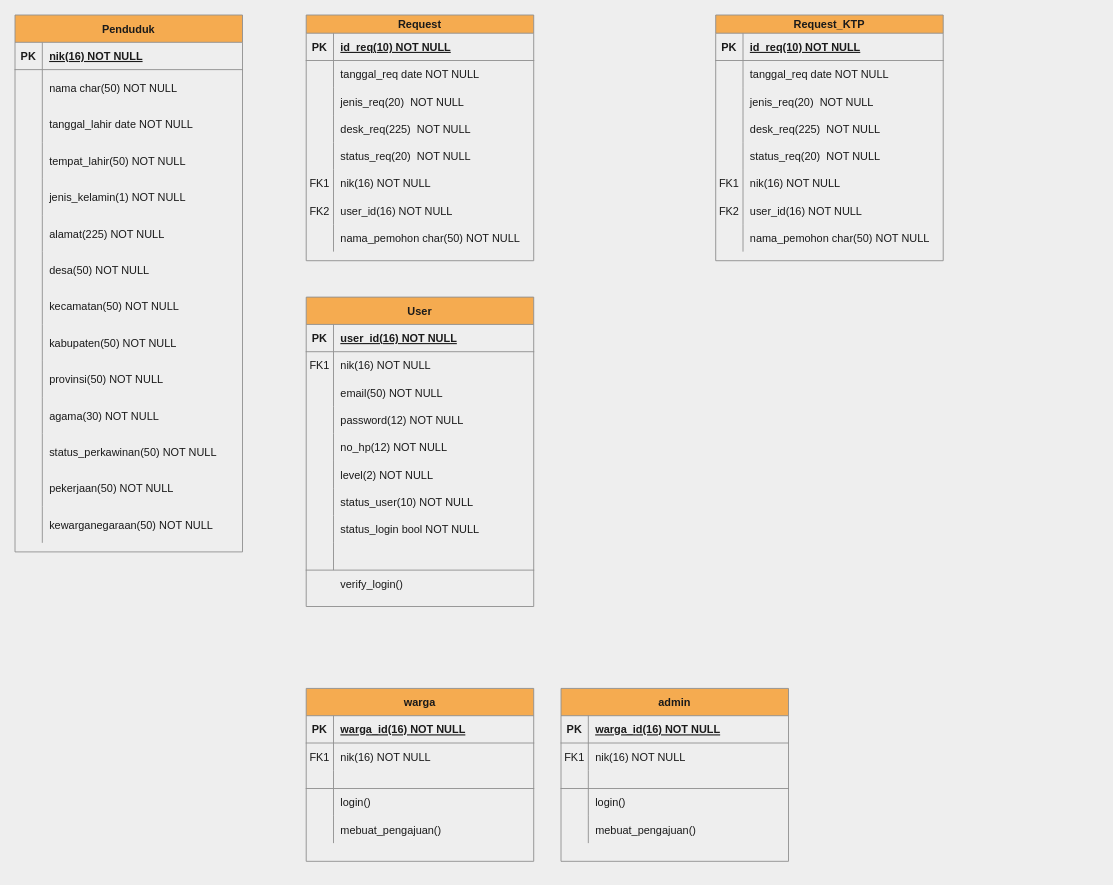
AkbarMarunduri/Saga-Diagram keeps this draw.io diagram as Untitled Diagram.drawio. Above is the earlier version. Source tidied: cells renumbered, new cells numbered last; positions are measured from the earlier drawing's top-left corner, leaving out a move shared by most shapes. Both pictures are drawn from the tidied source at 91%, with x=0, y=0 at pixel (15, 15).
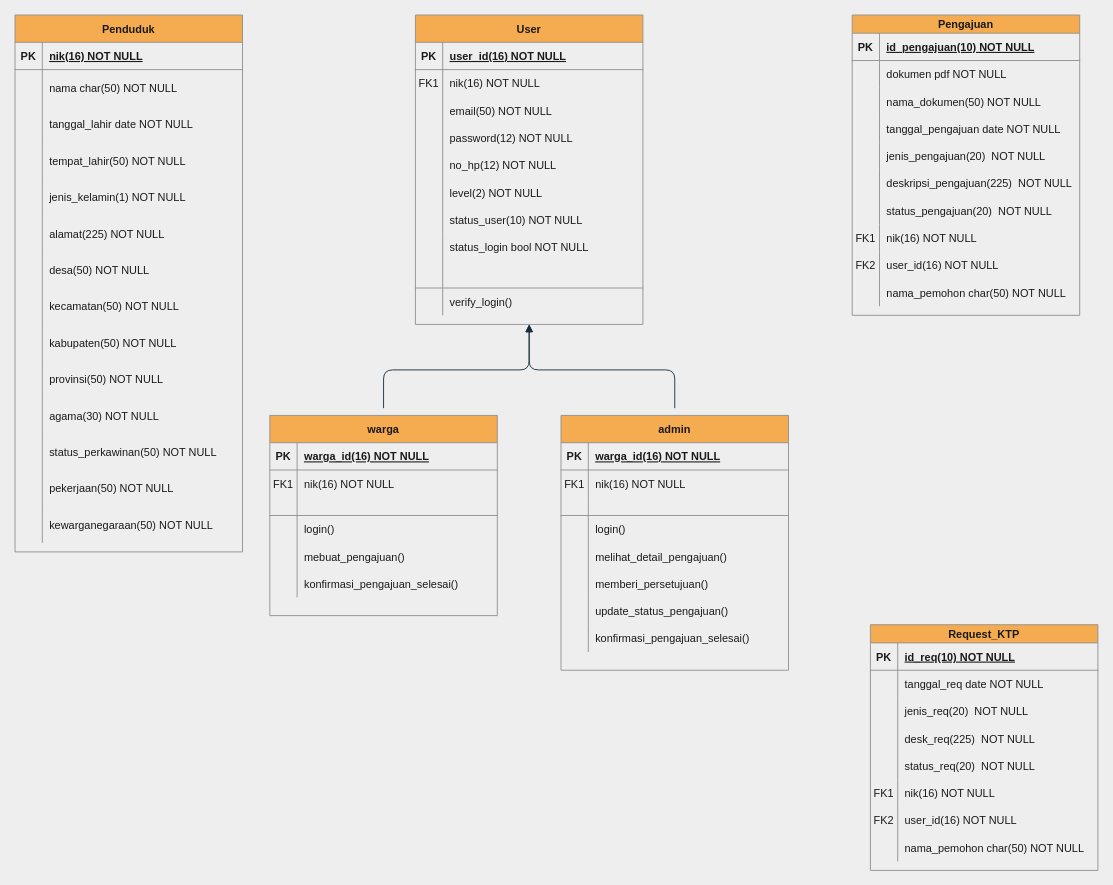
The same diagram, later.

The change refers to these unchanged cells:
```xml
<mxCell id="3" style="shape=partialRectangle;fillColor=none;top=0;left=0;right=0;bottom=1;strokeColor=#909090;fontColor=#1A1A1A;" parent="2" vertex="1">
  <mxGeometry y="20" width="250" height="30" as="geometry" />
</mxCell>
<mxCell id="6" style="shape=partialRectangle;fillColor=none;top=0;left=0;right=0;bottom=0;strokeColor=#909090;fontColor=#1A1A1A;" parent="2" vertex="1">
  <mxGeometry y="50" width="250" height="30" as="geometry" />
</mxCell>
<mxCell id="153" style="shape=partialRectangle;fillColor=none;top=0;left=0;right=0;bottom=0;strokeColor=#909090;fontColor=#1A1A1A;" parent="140" vertex="1">
  <mxGeometry y="140" width="250" height="30" as="geometry" />
</mxCell>
```

The edit, as a diff of the source:
```diff
@@
-    <mxCell id="2" value="Request" style="shape=table;startSize=20;childLayout=tableLayout;rowLines=0;fontStyle=1;align=center;fillColor=#F5AB50;strokeColor=#909090;fontColor=#1A1A1A;" parent="1" vertex="1">
-      <mxGeometry x="320" width="250" height="270" as="geometry" />
+    <mxCell id="2" value="Pengajuan" style="shape=table;startSize=20;childLayout=tableLayout;rowLines=0;fontStyle=1;align=center;fillColor=#F5AB50;strokeColor=#909090;fontColor=#1A1A1A;" parent="1" vertex="1">
+      <mxGeometry x="920" width="250" height="330" as="geometry" />
     </mxCell>
@@
-    <mxCell id="5" value="id_req(10) NOT NULL " style="shape=partialRectangle;overflow=hidden;fillColor=none;top=0;left=0;bottom=0;right=0;align=left;spacingLeft=6;fontStyle=5;strokeColor=#909090;fontColor=#1A1A1A;" parent="3" vertex="1">
+    <mxCell id="5" value="id_pengajuan(10) NOT NULL " style="shape=partialRectangle;overflow=hidden;fillColor=none;top=0;left=0;bottom=0;right=0;align=left;spacingLeft=6;fontStyle=5;strokeColor=#909090;fontColor=#1A1A1A;" parent="3" vertex="1">
       <mxGeometry x="30" width="220" height="30" as="geometry" />
     </mxCell>
@@
-    <mxCell id="8" value="tanggal_req date NOT NULL" style="shape=partialRectangle;overflow=hidden;fillColor=none;top=0;left=0;bottom=0;right=0;align=left;spacingLeft=6;strokeColor=#909090;fontColor=#1A1A1A;" parent="6" vertex="1">
+    <mxCell id="8" value="dokumen pdf NOT NULL" style="shape=partialRectangle;overflow=hidden;fillColor=none;top=0;left=0;bottom=0;right=0;align=left;spacingLeft=6;strokeColor=#909090;fontColor=#1A1A1A;" parent="6" vertex="1">
       <mxGeometry x="30" width="220" height="30" as="geometry" />
     </mxCell>
+    <mxCell id="156" style="shape=partialRectangle;fillColor=none;top=0;left=0;right=0;bottom=0;strokeColor=#909090;fontColor=#1A1A1A;" parent="2" vertex="1">
+      <mxGeometry y="80" width="250" height="30" as="geometry" />
+    </mxCell>
+    <mxCell id="157" style="shape=partialRectangle;overflow=hidden;fillColor=none;top=0;left=0;bottom=0;right=0;strokeColor=#909090;fontColor=#1A1A1A;" parent="156" vertex="1">
+      <mxGeometry width="30" height="30" as="geometry" />
+    </mxCell>
+    <mxCell id="158" value="nama_dokumen(50) NOT NULL" style="shape=partialRectangle;overflow=hidden;fillColor=none;top=0;left=0;bottom=0;right=0;align=left;spacingLeft=6;strokeColor=#909090;fontColor=#1A1A1A;" parent="156" vertex="1">
+      <mxGeometry x="30" width="220" height="30" as="geometry" />
+    </mxCell>
+    <mxCell id="159" style="shape=partialRectangle;fillColor=none;top=0;left=0;right=0;bottom=0;strokeColor=#909090;fontColor=#1A1A1A;" parent="2" vertex="1">
+      <mxGeometry y="110" width="250" height="30" as="geometry" />
+    </mxCell>
+    <mxCell id="160" style="shape=partialRectangle;overflow=hidden;fillColor=none;top=0;left=0;bottom=0;right=0;strokeColor=#909090;fontColor=#1A1A1A;" parent="159" vertex="1">
+      <mxGeometry width="30" height="30" as="geometry" />
+    </mxCell>
+    <mxCell id="161" value="tanggal_pengajuan date NOT NULL" style="shape=partialRectangle;overflow=hidden;fillColor=none;top=0;left=0;bottom=0;right=0;align=left;spacingLeft=6;strokeColor=#909090;fontColor=#1A1A1A;" parent="159" vertex="1">
+      <mxGeometry x="30" width="220" height="30" as="geometry" />
+    </mxCell>
     <mxCell id="9" style="shape=partialRectangle;fillColor=none;top=0;left=0;right=0;bottom=0;strokeColor=#909090;fontColor=#1A1A1A;" parent="2" vertex="1">
-      <mxGeometry y="80" width="250" height="30" as="geometry" />
+      <mxGeometry y="140" width="250" height="30" as="geometry" />
     </mxCell>
@@
-    <mxCell id="11" value="jenis_req(20)  NOT NULL" style="shape=partialRectangle;overflow=hidden;fillColor=none;top=0;left=0;bottom=0;right=0;align=left;spacingLeft=6;strokeColor=#909090;fontColor=#1A1A1A;" parent="9" vertex="1">
+    <mxCell id="11" value="jenis_pengajuan(20)  NOT NULL" style="shape=partialRectangle;overflow=hidden;fillColor=none;top=0;left=0;bottom=0;right=0;align=left;spacingLeft=6;strokeColor=#909090;fontColor=#1A1A1A;" parent="9" vertex="1">
       <mxGeometry x="30" width="220" height="30" as="geometry" />
     </mxCell>
     <mxCell id="12" style="shape=partialRectangle;fillColor=none;top=0;left=0;right=0;bottom=0;strokeColor=#909090;fontColor=#1A1A1A;" parent="2" vertex="1">
-      <mxGeometry y="110" width="250" height="30" as="geometry" />
+      <mxGeometry y="170" width="250" height="30" as="geometry" />
     </mxCell>
@@
-    <mxCell id="14" value="desk_req(225)  NOT NULL" style="shape=partialRectangle;overflow=hidden;fillColor=none;top=0;left=0;bottom=0;right=0;align=left;spacingLeft=6;strokeColor=#909090;fontColor=#1A1A1A;" parent="12" vertex="1">
+    <mxCell id="14" value="deskripsi_pengajuan(225)  NOT NULL" style="shape=partialRectangle;overflow=hidden;fillColor=none;top=0;left=0;bottom=0;right=0;align=left;spacingLeft=6;strokeColor=#909090;fontColor=#1A1A1A;" parent="12" vertex="1">
       <mxGeometry x="30" width="220" height="30" as="geometry" />
     </mxCell>
     <mxCell id="15" style="shape=partialRectangle;fillColor=none;top=0;left=0;right=0;bottom=0;strokeColor=#909090;fontColor=#1A1A1A;" parent="2" vertex="1">
-      <mxGeometry y="140" width="250" height="30" as="geometry" />
+      <mxGeometry y="200" width="250" height="30" as="geometry" />
     </mxCell>
@@
-    <mxCell id="17" value="status_req(20)  NOT NULL" style="shape=partialRectangle;overflow=hidden;fillColor=none;top=0;left=0;bottom=0;right=0;align=left;spacingLeft=6;strokeColor=#909090;fontColor=#1A1A1A;" parent="15" vertex="1">
+    <mxCell id="17" value="status_pengajuan(20)  NOT NULL" style="shape=partialRectangle;overflow=hidden;fillColor=none;top=0;left=0;bottom=0;right=0;align=left;spacingLeft=6;strokeColor=#909090;fontColor=#1A1A1A;" parent="15" vertex="1">
       <mxGeometry x="30" width="220" height="30" as="geometry" />
     </mxCell>
     <mxCell id="18" style="shape=partialRectangle;fillColor=none;top=0;left=0;right=0;bottom=0;strokeColor=#909090;fontColor=#1A1A1A;" parent="2" vertex="1">
-      <mxGeometry y="170" width="250" height="30" as="geometry" />
+      <mxGeometry y="230" width="250" height="30" as="geometry" />
     </mxCell>
@@
     <mxCell id="21" style="shape=partialRectangle;fillColor=none;top=0;left=0;right=0;bottom=0;strokeColor=#909090;fontColor=#1A1A1A;" parent="2" vertex="1">
-      <mxGeometry y="200" width="250" height="30" as="geometry" />
+      <mxGeometry y="260" width="250" height="30" as="geometry" />
     </mxCell>
@@
     <mxCell id="24" style="shape=partialRectangle;fillColor=none;top=0;left=0;right=0;bottom=0;strokeColor=#909090;fontColor=#1A1A1A;" parent="2" vertex="1">
-      <mxGeometry y="230" width="250" height="30" as="geometry" />
+      <mxGeometry y="290" width="250" height="30" as="geometry" />
     </mxCell>
@@
     <mxCell id="27" value="User" style="shape=table;startSize=30;childLayout=tableLayout;rowLines=0;fontStyle=1;align=center;fillColor=#F5AB50;strokeColor=#909090;fontColor=#1A1A1A;" parent="1" vertex="1">
-      <mxGeometry x="320" y="310" width="250" height="340" as="geometry" />
+      <mxGeometry x="440" width="250" height="340" as="geometry" />
     </mxCell>
@@
+    <mxCell id="162" style="shape=partialRectangle;fillColor=none;top=0;left=0;right=0;bottom=0;strokeColor=#909090;fontColor=#1A1A1A;" parent="27" vertex="1">
+      <mxGeometry y="300" width="250" height="30" as="geometry" />
+    </mxCell>
+    <mxCell id="163" style="shape=partialRectangle;overflow=hidden;fillColor=none;top=0;left=0;bottom=0;right=0;strokeColor=#909090;fontColor=#1A1A1A;" parent="162" vertex="1">
+      <mxGeometry width="30" height="30" as="geometry" />
+    </mxCell>
+    <mxCell id="164" value="verify_login()" style="shape=partialRectangle;overflow=hidden;fillColor=none;top=0;left=0;bottom=0;right=0;align=left;spacingLeft=6;strokeColor=#909090;fontColor=#1A1A1A;" parent="162" vertex="1">
+      <mxGeometry x="30" width="220" height="30" as="geometry" />
+    </mxCell>
@@
     <mxCell id="98" value="Request_KTP" style="shape=table;startSize=20;childLayout=tableLayout;rowLines=0;fontStyle=1;align=center;fillColor=#F5AB50;strokeColor=#909090;fontColor=#1A1A1A;" parent="1" vertex="1">
-      <mxGeometry x="770" width="250" height="270" as="geometry" />
+      <mxGeometry x="940" y="670" width="250" height="270" as="geometry" />
     </mxCell>
@@
+    <mxCell id="165" style="edgeStyle=orthogonalEdgeStyle;rounded=1;sketch=0;jettySize=auto;html=1;entryX=0.5;entryY=1;entryDx=0;entryDy=0;fontColor=#1A1A1A;endArrow=block;sourcePerimeterSpacing=8;targetPerimeterSpacing=8;strokeColor=#182E3E;endFill=1;" parent="1" edge="1" source="123" target="27">
+      <mxGeometry relative="1" as="geometry" />
+    </mxCell>
     <mxCell id="123" value="warga" style="shape=table;startSize=30;childLayout=tableLayout;rowLines=0;fontStyle=1;align=center;fillColor=#F5AB50;strokeColor=#909090;fontColor=#1A1A1A;" parent="1" vertex="1">
-      <mxGeometry x="320" y="740" width="250" height="190" as="geometry" />
+      <mxGeometry x="280" y="440" width="250" height="220" as="geometry" />
     </mxCell>
@@
+    <mxCell id="166" style="shape=partialRectangle;fillColor=none;top=0;left=0;right=0;bottom=0;strokeColor=#909090;fontColor=#1A1A1A;" parent="123" vertex="1">
+      <mxGeometry y="170" width="250" height="30" as="geometry" />
+    </mxCell>
+    <mxCell id="167" style="shape=partialRectangle;overflow=hidden;fillColor=none;top=0;left=0;bottom=0;right=0;strokeColor=#909090;fontColor=#1A1A1A;" parent="166" vertex="1">
+      <mxGeometry width="30" height="30" as="geometry" />
+    </mxCell>
+    <mxCell id="168" value="konfirmasi_pengajuan_selesai()" style="shape=partialRectangle;overflow=hidden;fillColor=none;top=0;left=0;bottom=0;right=0;align=left;spacingLeft=6;strokeColor=#909090;fontColor=#1A1A1A;" parent="166" vertex="1">
+      <mxGeometry x="30" width="220" height="30" as="geometry" />
+    </mxCell>
-    <mxCell id="139" value="verify_login()" style="shape=partialRectangle;overflow=hidden;fillColor=none;top=0;left=0;bottom=0;right=0;align=left;spacingLeft=6;strokeColor=#909090;fontColor=#1A1A1A;" parent="1" vertex="1">
-      <mxGeometry x="350" y="610" width="220" height="30" as="geometry" />
+    <mxCell id="139" style="shape=partialRectangle;overflow=hidden;fillColor=none;top=0;left=0;bottom=0;right=0;align=left;spacingLeft=6;strokeColor=#909090;fontColor=#1A1A1A;" parent="1" vertex="1">
+      <mxGeometry x="250" y="620" width="220" height="30" as="geometry" />
     </mxCell>
+    <mxCell id="169" style="edgeStyle=orthogonalEdgeStyle;rounded=1;sketch=0;jettySize=auto;html=1;entryX=0.5;entryY=1;entryDx=0;entryDy=0;fontColor=#1A1A1A;endArrow=block;endFill=1;sourcePerimeterSpacing=8;targetPerimeterSpacing=8;strokeColor=#182E3E;" parent="1" edge="1" source="140" target="27">
+      <mxGeometry relative="1" as="geometry" />
+    </mxCell>
     <mxCell id="140" value="admin" style="shape=table;startSize=30;childLayout=tableLayout;rowLines=0;fontStyle=1;align=center;fillColor=#F5AB50;strokeColor=#909090;fontColor=#1A1A1A;" parent="1" vertex="1">
-      <mxGeometry x="600" y="740" width="250" height="190" as="geometry" />
+      <mxGeometry x="600" y="440" width="250" height="280" as="geometry" />
     </mxCell>
@@
-    <mxCell id="155" value="mebuat_pengajuan()" style="shape=partialRectangle;overflow=hidden;fillColor=none;top=0;left=0;bottom=0;right=0;align=left;spacingLeft=6;strokeColor=#909090;fontColor=#1A1A1A;" parent="153" vertex="1">
+    <mxCell id="155" value="melihat_detail_pengajuan()" style="shape=partialRectangle;overflow=hidden;fillColor=none;top=0;left=0;bottom=0;right=0;align=left;spacingLeft=6;strokeColor=#909090;fontColor=#1A1A1A;" parent="153" vertex="1">
       <mxGeometry x="30" width="220" height="30" as="geometry" />
     </mxCell>
+    <mxCell id="170" style="shape=partialRectangle;fillColor=none;top=0;left=0;right=0;bottom=0;strokeColor=#909090;fontColor=#1A1A1A;" parent="140" vertex="1">
+      <mxGeometry y="170" width="250" height="30" as="geometry" />
+    </mxCell>
+    <mxCell id="171" style="shape=partialRectangle;overflow=hidden;fillColor=none;top=0;left=0;bottom=0;right=0;strokeColor=#909090;fontColor=#1A1A1A;" parent="170" vertex="1">
+      <mxGeometry width="30" height="30" as="geometry" />
+    </mxCell>
+    <mxCell id="172" value="memberi_persetujuan()" style="shape=partialRectangle;overflow=hidden;fillColor=none;top=0;left=0;bottom=0;right=0;align=left;spacingLeft=6;strokeColor=#909090;fontColor=#1A1A1A;" parent="170" vertex="1">
+      <mxGeometry x="30" width="220" height="30" as="geometry" />
+    </mxCell>
+    <mxCell id="173" style="shape=partialRectangle;fillColor=none;top=0;left=0;right=0;bottom=0;strokeColor=#909090;fontColor=#1A1A1A;" parent="140" vertex="1">
+      <mxGeometry y="200" width="250" height="30" as="geometry" />
+    </mxCell>
+    <mxCell id="174" style="shape=partialRectangle;overflow=hidden;fillColor=none;top=0;left=0;bottom=0;right=0;strokeColor=#909090;fontColor=#1A1A1A;" parent="173" vertex="1">
+      <mxGeometry width="30" height="30" as="geometry" />
+    </mxCell>
+    <mxCell id="175" value="update_status_pengajuan()" style="shape=partialRectangle;overflow=hidden;fillColor=none;top=0;left=0;bottom=0;right=0;align=left;spacingLeft=6;strokeColor=#909090;fontColor=#1A1A1A;" parent="173" vertex="1">
+      <mxGeometry x="30" width="220" height="30" as="geometry" />
+    </mxCell>
+    <mxCell id="176" style="shape=partialRectangle;fillColor=none;top=0;left=0;right=0;bottom=0;strokeColor=#909090;fontColor=#1A1A1A;" parent="140" vertex="1">
+      <mxGeometry y="230" width="250" height="30" as="geometry" />
+    </mxCell>
+    <mxCell id="177" style="shape=partialRectangle;overflow=hidden;fillColor=none;top=0;left=0;bottom=0;right=0;strokeColor=#909090;fontColor=#1A1A1A;" parent="176" vertex="1">
+      <mxGeometry width="30" height="30" as="geometry" />
+    </mxCell>
+    <mxCell id="178" value="konfirmasi_pengajuan_selesai()" style="shape=partialRectangle;overflow=hidden;fillColor=none;top=0;left=0;bottom=0;right=0;align=left;spacingLeft=6;strokeColor=#909090;fontColor=#1A1A1A;" parent="176" vertex="1">
+      <mxGeometry x="30" width="220" height="30" as="geometry" />
+    </mxCell>
```
